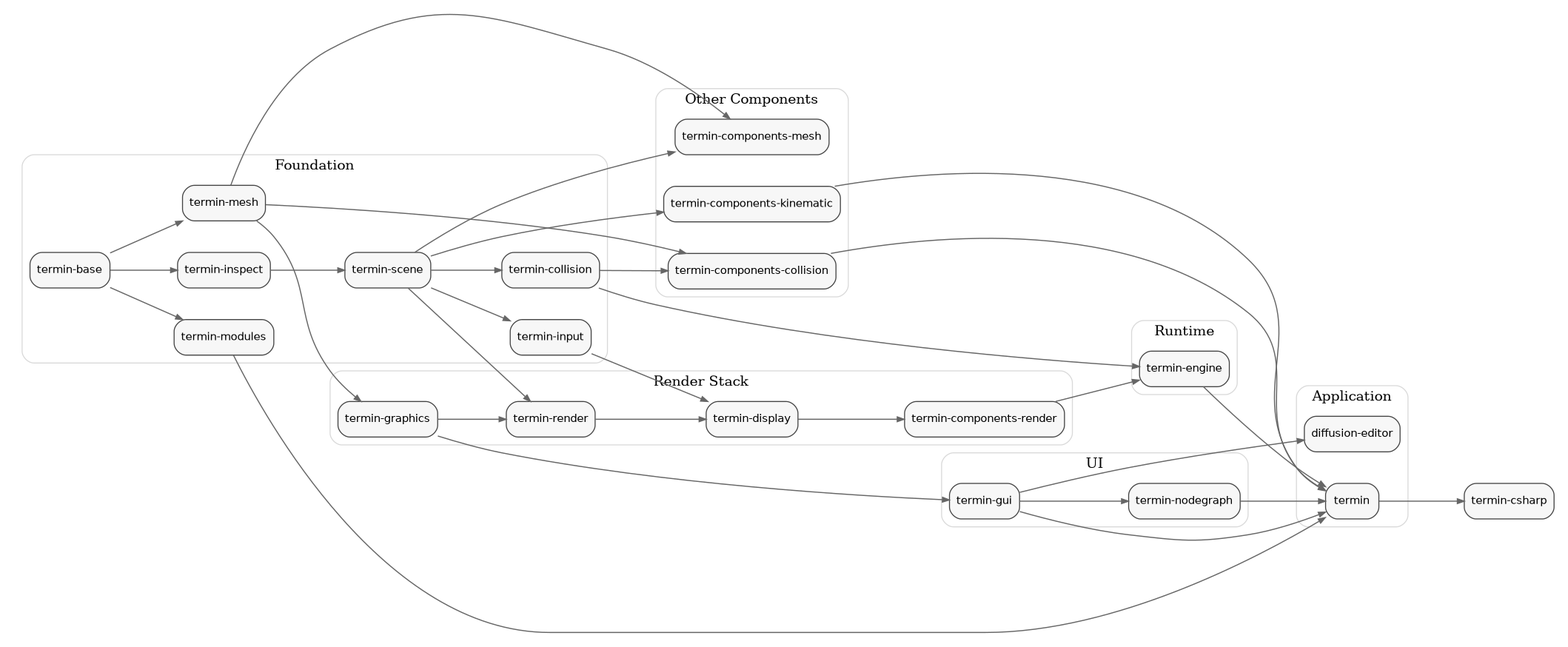
Before: docs/library-dependencies.png, a diagram exported from Graphviz (mirmik/termin). Its source is kept beside it as docs/library-dependencies.dot.
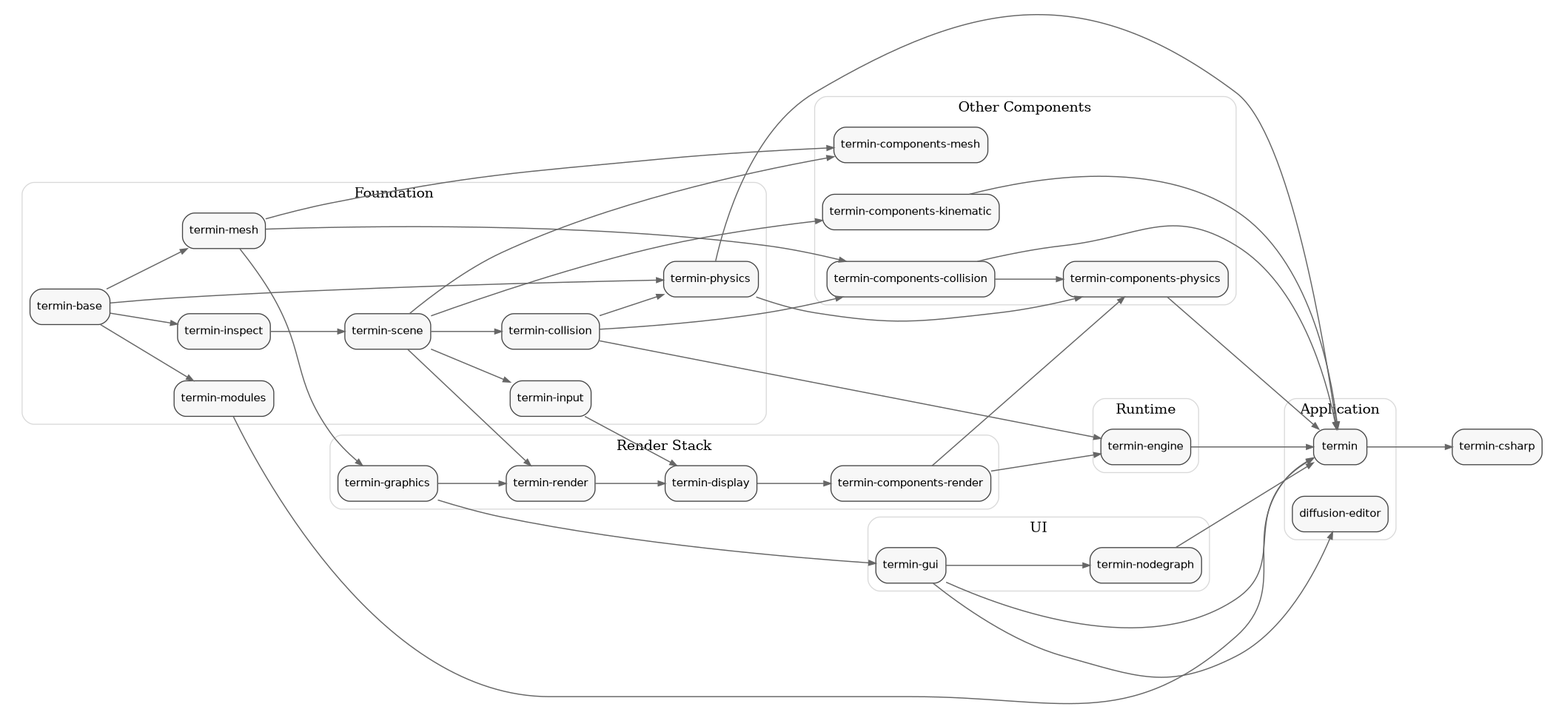
The same file after the commit.

Diff of the diagram source:
```diff
@@ -31,6 +31,7 @@
 		"termin-input";
 		"termin-modules";
 		"termin-collision";
+		"termin-physics";
 	}
 	subgraph cluster_render {
 		graph [color="#d9d9d9",
@@ -48,6 +49,7 @@
 			style=rounded
 		];
 		"termin-components-collision";
+		"termin-components-physics";
 		"termin-components-mesh";
 		"termin-components-kinematic";
 	}
@@ -78,6 +80,7 @@
 	"termin-base" -> "termin-mesh";
 	"termin-base" -> "termin-inspect";
 	"termin-base" -> "termin-modules";
+	"termin-base" -> "termin-physics";
 	"termin-mesh" -> "termin-graphics";
 	"termin-mesh" -> "termin-components-collision";
 	"termin-mesh" -> "termin-components-mesh";
@@ -90,13 +93,19 @@
 	"termin-input" -> "termin-display";
 	"termin-collision" -> "termin-engine";
 	"termin-collision" -> "termin-components-collision";
+	"termin-collision" -> "termin-physics";
 	"termin-graphics" -> "termin-render";
 	"termin-graphics" -> "termin-gui";
 	"termin-render" -> "termin-display";
 	"termin-display" -> "termin-components-render";
+	"termin-physics" -> "termin-components-physics";
+	"termin-components-collision" -> "termin-components-physics";
+	"termin-components-render" -> "termin-components-physics";
 	"termin-components-render" -> "termin-engine";
 	"termin-components-collision" -> termin;
 	"termin-components-kinematic" -> termin;
+	"termin-components-physics" -> termin;
+	"termin-physics" -> termin;
 	"termin-modules" -> termin;
 	"termin-engine" -> termin;
 	"termin-gui" -> termin;
```
